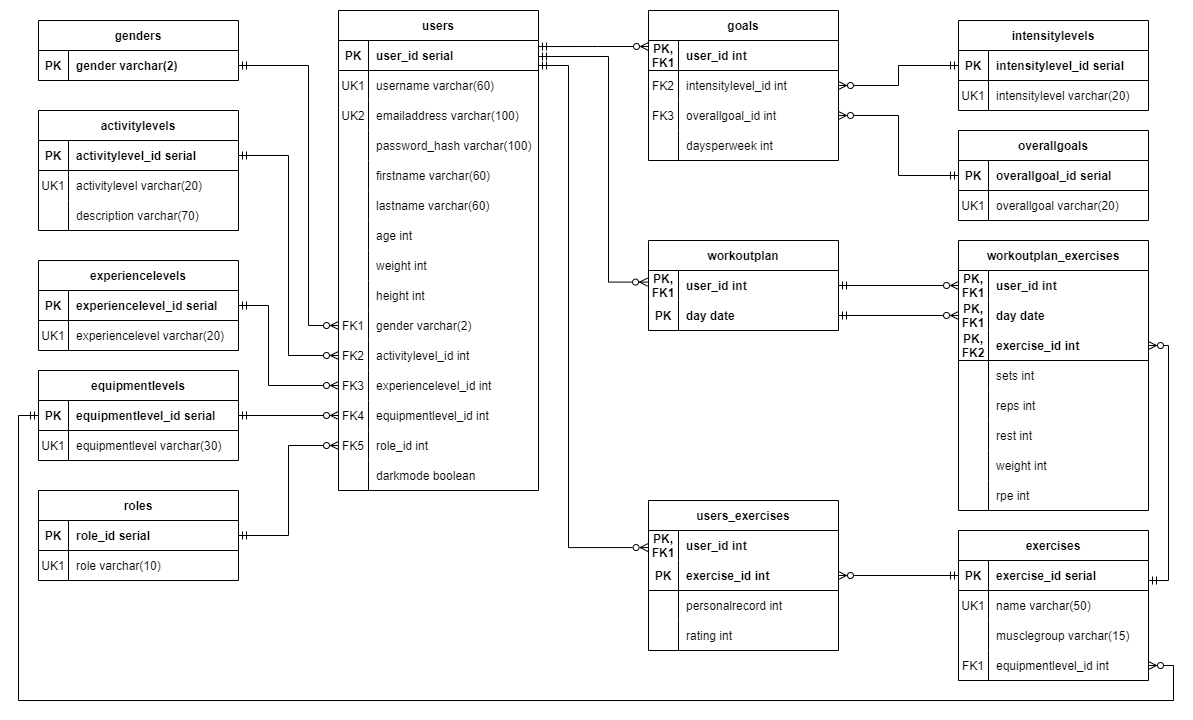
Above: ER_diagram.png in deanpayne6/fitForgeBackEnd (draw.io), before the change. Source tidied: cells renumbered, new cells last; positions are measured from the earlier drawing's top-left corner, leaving out a move shared by most shapes.
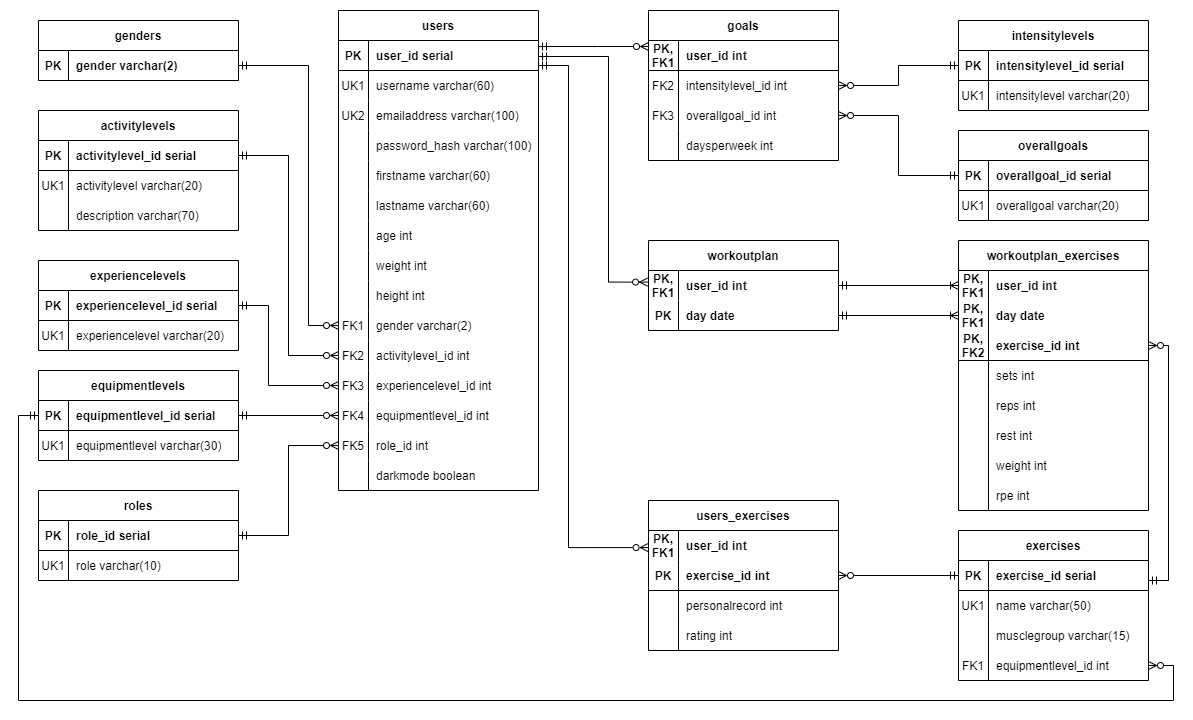
After the change.

Diff of the diagram source:
```diff
@@ -536,10 +536,10 @@
     <mxCell id="170" value="rpe int" style="shape=partialRectangle;fillColor=none;top=0;left=0;bottom=0;right=0;align=left;spacingLeft=6;fontStyle=0;overflow=hidden;" parent="168" vertex="1">
       <mxGeometry x="30" width="160" height="30" as="geometry" />
     </mxCell>
-    <mxCell id="171" style="edgeStyle=orthogonalEdgeStyle;rounded=0;jettySize=auto;html=1;entryX=0;entryY=0.5;entryDx=0;entryDy=0;startArrow=ERmandOne;startFill=0;endArrow=ERzeroToMany;endFill=0;" parent="1" edge="1" source="139" target="147">
+    <mxCell id="171" style="edgeStyle=orthogonalEdgeStyle;rounded=0;jettySize=auto;html=1;entryX=0;entryY=0.5;entryDx=0;entryDy=0;startArrow=ERmandOne;startFill=0;endArrow=ERoneToMany;endFill=0;" parent="1" edge="1" source="139" target="147">
       <mxGeometry relative="1" as="geometry" />
     </mxCell>
-    <mxCell id="172" style="edgeStyle=orthogonalEdgeStyle;rounded=0;jettySize=auto;html=1;entryX=0;entryY=0.5;entryDx=0;entryDy=0;endArrow=ERzeroToMany;endFill=0;startArrow=ERmandOne;startFill=0;" parent="1" edge="1" source="142" target="150">
+    <mxCell id="172" style="edgeStyle=orthogonalEdgeStyle;rounded=0;jettySize=auto;html=1;entryX=0;entryY=0.5;entryDx=0;entryDy=0;endArrow=ERoneToMany;endFill=0;startArrow=ERmandOne;startFill=0;" parent="1" edge="1" source="142" target="150">
       <mxGeometry relative="1" as="geometry" />
     </mxCell>
     <mxCell id="173" value="roles" style="shape=table;startSize=30;rowLines=0;fontStyle=1;align=center;strokeColor=default;" parent="1" vertex="1">
```
